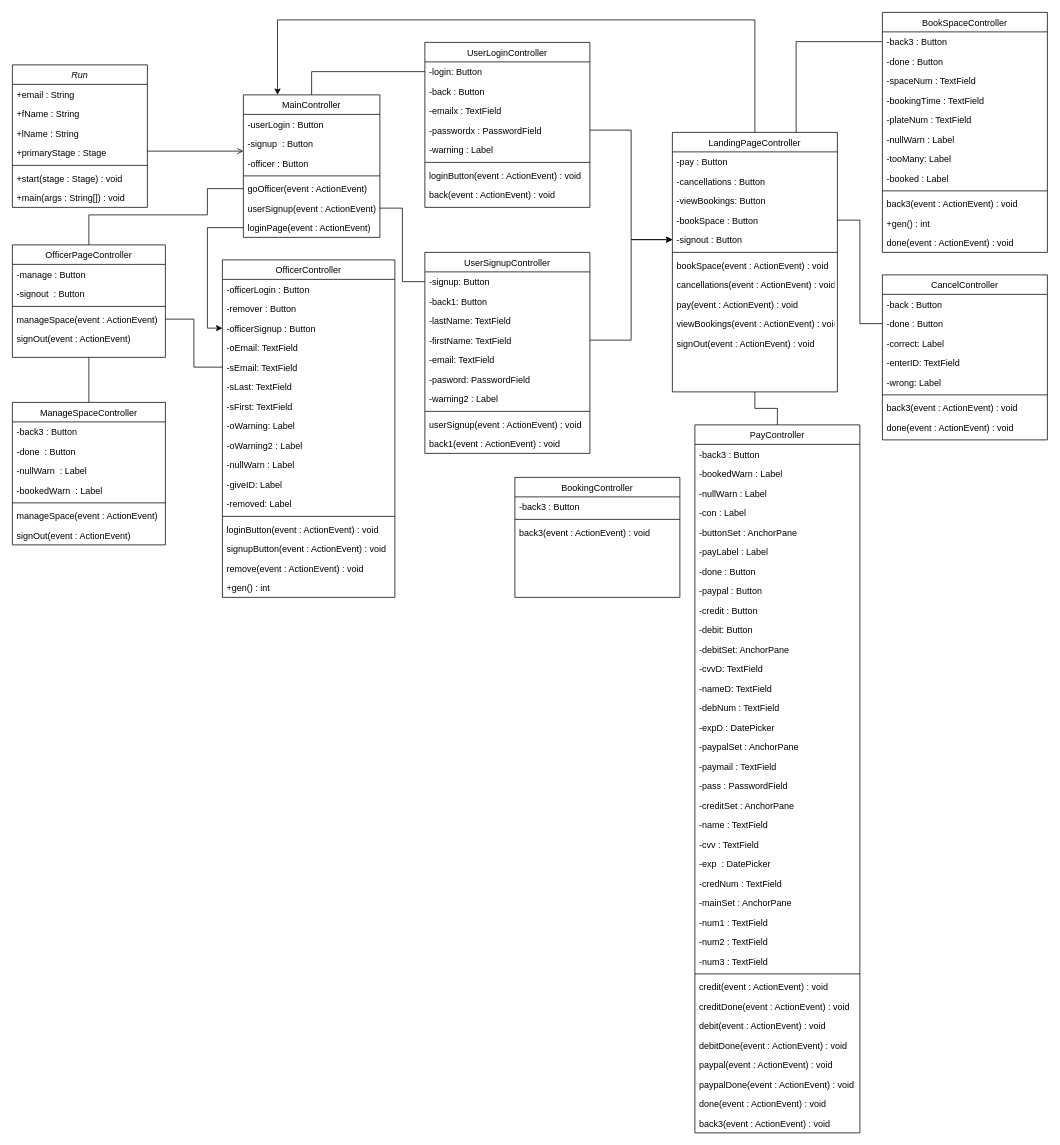
Before: EECS3311-Project/documents/ExpressParkingDiagram.drawio in nourinjh/ExpressParking, a draw.io diagram. Source tidied: cells renumbered, new cells numbered last; positions are measured from the earlier drawing's top-left corner, leaving out a move shared by most shapes. Both pictures are drawn from the tidied source at 75%, with x=0, y=0 at pixel (12, 12).
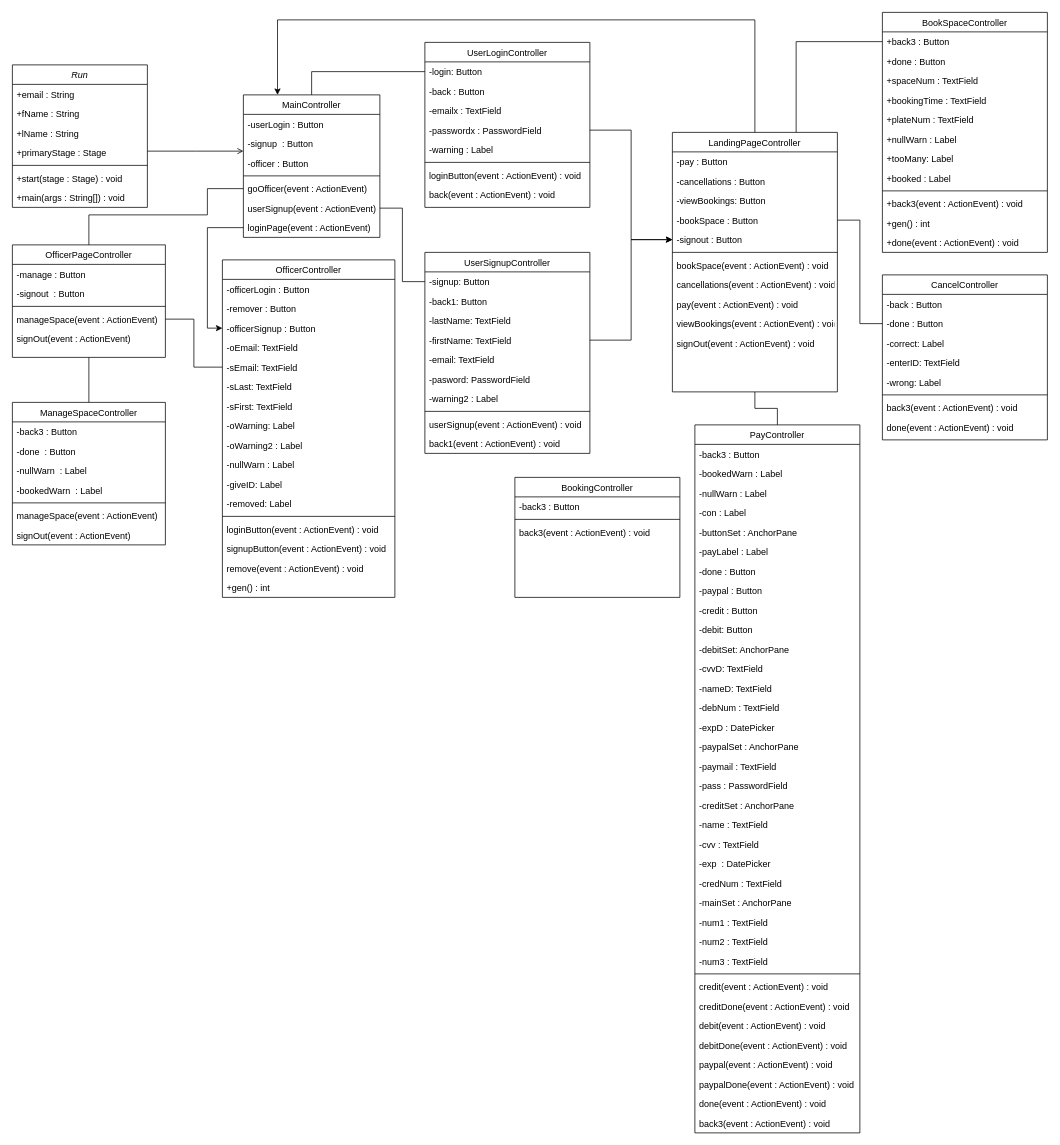
The same page after the edit.

Unchanged cells that the change refers to:
```xml
<mxCell id="76" value="BookSpaceController" style="swimlane;fontStyle=0;align=center;verticalAlign=top;horizontal=1;startSize=26;rounded=0;shadow=0;strokeWidth=1;" parent="1" vertex="1">
  <mxGeometry x="1160" width="220" height="320" as="geometry" />
</mxCell>
```

The edit, as a diff of the source:
```diff
@@
-    <mxCell id="77" value="-back3 : Button" style="text;align=left;verticalAlign=top;spacingLeft=4;spacingRight=4;overflow=hidden;points=[[0,0.5],[1,0.5]];portConstraint=eastwest;" parent="76" vertex="1">
+    <mxCell id="77" value="+back3 : Button" style="text;align=left;verticalAlign=top;spacingLeft=4;spacingRight=4;overflow=hidden;points=[[0,0.5],[1,0.5]];portConstraint=eastwest;" parent="76" vertex="1">
       <mxGeometry y="26" width="220" height="26" as="geometry" />
     </mxCell>
-    <mxCell id="78" value="-done : Button" style="text;align=left;verticalAlign=top;spacingLeft=4;spacingRight=4;overflow=hidden;rounded=0;shadow=0;html=0;" parent="76" vertex="1">
+    <mxCell id="78" value="+done : Button" style="text;align=left;verticalAlign=top;spacingLeft=4;spacingRight=4;overflow=hidden;rounded=0;shadow=0;html=0;" parent="76" vertex="1">
       <mxGeometry y="52" width="220" height="26" as="geometry" />
     </mxCell>
-    <mxCell id="79" value="-spaceNum : TextField " style="text;align=left;verticalAlign=top;spacingLeft=4;spacingRight=4;overflow=hidden;rounded=0;shadow=0;html=0;" parent="76" vertex="1">
+    <mxCell id="79" value="+spaceNum : TextField " style="text;align=left;verticalAlign=top;spacingLeft=4;spacingRight=4;overflow=hidden;rounded=0;shadow=0;html=0;" parent="76" vertex="1">
       <mxGeometry y="78" width="220" height="26" as="geometry" />
     </mxCell>
-    <mxCell id="80" value="-bookingTime : TextField " style="text;align=left;verticalAlign=top;spacingLeft=4;spacingRight=4;overflow=hidden;rounded=0;shadow=0;html=0;" parent="76" vertex="1">
+    <mxCell id="80" value="+bookingTime : TextField " style="text;align=left;verticalAlign=top;spacingLeft=4;spacingRight=4;overflow=hidden;rounded=0;shadow=0;html=0;" parent="76" vertex="1">
       <mxGeometry y="104" width="220" height="26" as="geometry" />
     </mxCell>
-    <mxCell id="81" value="-plateNum : TextField " style="text;align=left;verticalAlign=top;spacingLeft=4;spacingRight=4;overflow=hidden;rounded=0;shadow=0;html=0;" parent="76" vertex="1">
+    <mxCell id="81" value="+plateNum : TextField " style="text;align=left;verticalAlign=top;spacingLeft=4;spacingRight=4;overflow=hidden;rounded=0;shadow=0;html=0;" parent="76" vertex="1">
       <mxGeometry y="130" width="220" height="26" as="geometry" />
     </mxCell>
-    <mxCell id="82" value="-nullWarn : Label" style="text;align=left;verticalAlign=top;spacingLeft=4;spacingRight=4;overflow=hidden;rounded=0;shadow=0;html=0;" parent="76" vertex="1">
+    <mxCell id="82" value="+nullWarn : Label" style="text;align=left;verticalAlign=top;spacingLeft=4;spacingRight=4;overflow=hidden;rounded=0;shadow=0;html=0;" parent="76" vertex="1">
       <mxGeometry y="156" width="220" height="26" as="geometry" />
     </mxCell>
-    <mxCell id="83" value="-tooMany: Label" style="text;align=left;verticalAlign=top;spacingLeft=4;spacingRight=4;overflow=hidden;rounded=0;shadow=0;html=0;" parent="76" vertex="1">
+    <mxCell id="83" value="+tooMany: Label" style="text;align=left;verticalAlign=top;spacingLeft=4;spacingRight=4;overflow=hidden;rounded=0;shadow=0;html=0;" parent="76" vertex="1">
       <mxGeometry y="182" width="220" height="26" as="geometry" />
     </mxCell>
-    <mxCell id="84" value="-booked : Label" style="text;align=left;verticalAlign=top;spacingLeft=4;spacingRight=4;overflow=hidden;rounded=0;shadow=0;html=0;" parent="76" vertex="1">
+    <mxCell id="84" value="+booked : Label" style="text;align=left;verticalAlign=top;spacingLeft=4;spacingRight=4;overflow=hidden;rounded=0;shadow=0;html=0;" parent="76" vertex="1">
       <mxGeometry y="208" width="220" height="26" as="geometry" />
     </mxCell>
@@
-    <mxCell id="86" value="back3(event : ActionEvent) : void" style="text;align=left;verticalAlign=top;spacingLeft=4;spacingRight=4;overflow=hidden;" parent="76" vertex="1">
+    <mxCell id="86" value="+back3(event : ActionEvent) : void" style="text;align=left;verticalAlign=top;spacingLeft=4;spacingRight=4;overflow=hidden;" parent="76" vertex="1">
       <mxGeometry y="242" width="220" height="26" as="geometry" />
     </mxCell>
@@
-    <mxCell id="88" value="done(event : ActionEvent) : void" style="text;align=left;verticalAlign=top;spacingLeft=4;spacingRight=4;overflow=hidden;" parent="76" vertex="1">
+    <mxCell id="88" value="+done(event : ActionEvent) : void" style="text;align=left;verticalAlign=top;spacingLeft=4;spacingRight=4;overflow=hidden;" parent="76" vertex="1">
       <mxGeometry y="294" width="220" height="26" as="geometry" />
     </mxCell>
```
